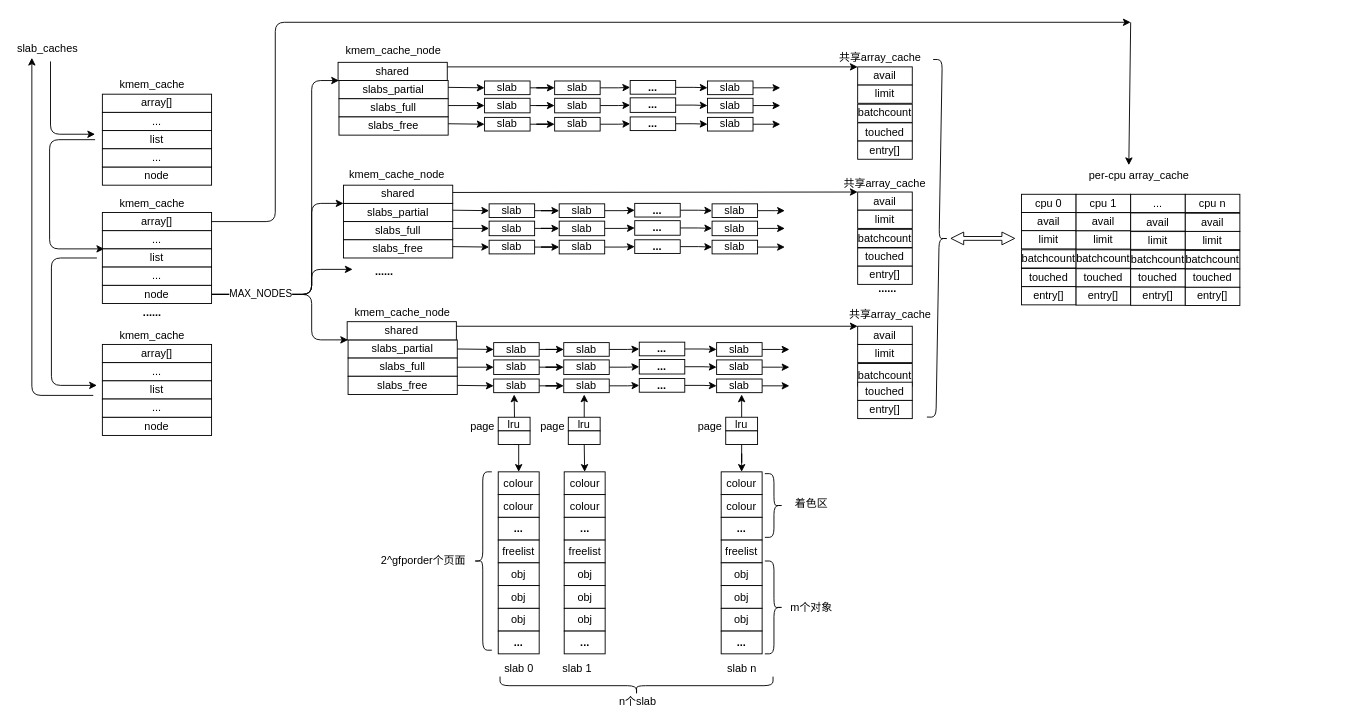
jasonactions/graph keeps this draw.io diagram as mm.drawio. Above is the earlier version. Source tidied: cells renumbered, new cells numbered last; positions are measured from the earlier drawing's top-left corner, leaving out a move shared by most shapes. Both pictures are drawn from the tidied source at 91%, with x=0, y=0 at pixel (15, 22).
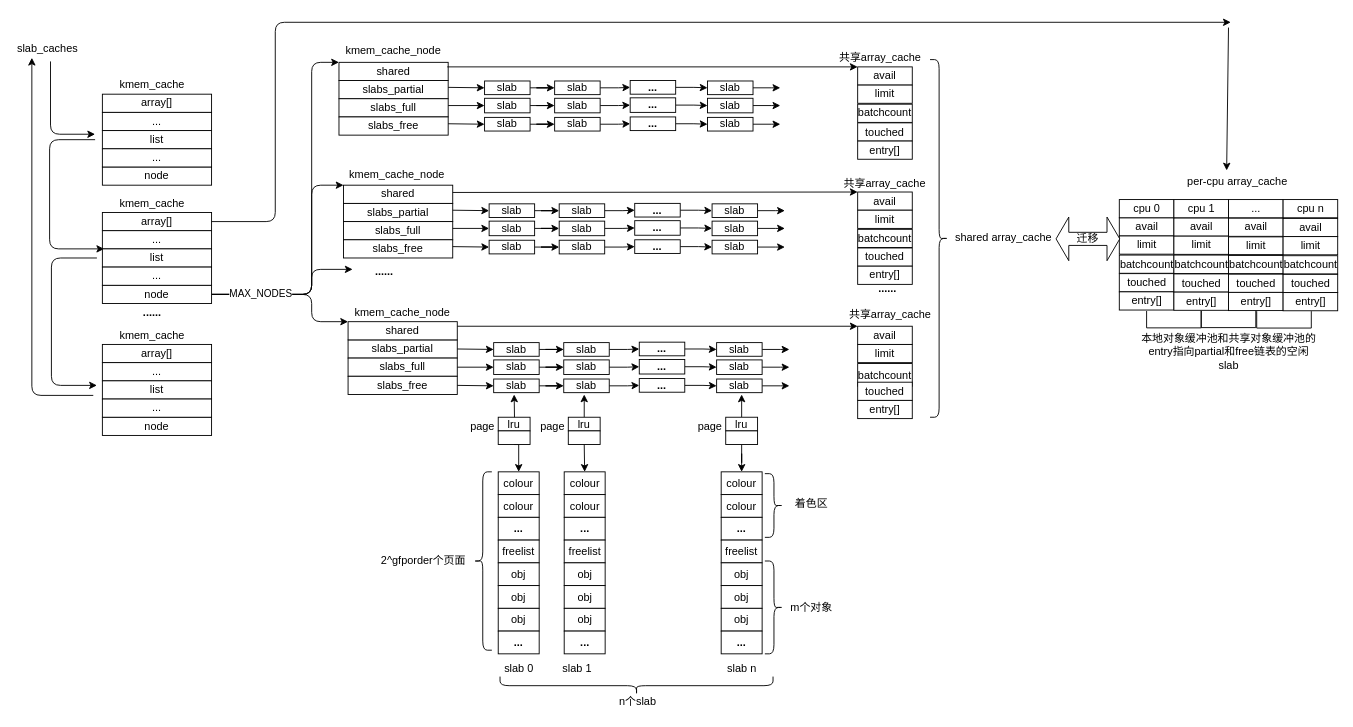
The same diagram, later.

The change refers to these unchanged cells:
```xml
<mxCell id="11" value="slabs_partial" style="rounded=0;whiteSpace=wrap;html=1;" parent="1" vertex="1">
  <mxGeometry x="355" y="64" width="120" height="20" as="geometry" />
</mxCell>
<mxCell id="22" value="array[]" style="rounded=0;whiteSpace=wrap;html=1;" parent="1" vertex="1">
  <mxGeometry x="95" y="209" width="120" height="20" as="geometry" />
</mxCell>
<mxCell id="25" value="node" style="rounded=0;whiteSpace=wrap;html=1;" parent="1" vertex="1">
  <mxGeometry x="95" y="289" width="120" height="20" as="geometry" />
</mxCell>
<mxCell id="34" value="slabs_partial" style="rounded=0;whiteSpace=wrap;html=1;" parent="1" vertex="1">
  <mxGeometry x="360" y="199" width="120" height="20" as="geometry" />
</mxCell>
<mxCell id="38" value="slabs_partial" style="rounded=0;whiteSpace=wrap;html=1;" parent="1" vertex="1">
  <mxGeometry x="365" y="349" width="120" height="20" as="geometry" />
</mxCell>
<mxCell id="170" value="shared" style="rounded=0;whiteSpace=wrap;html=1;" parent="1" vertex="1">
  <mxGeometry x="360" y="179" width="120" height="20" as="geometry" />
</mxCell>
```

The edit, as a diff of the source:
```diff
@@
-    <mxCell id="15" style="edgeStyle=elbowEdgeStyle;elbow=horizontal;endArrow=classic;html=1;entryX=0;entryY=0;entryDx=0;entryDy=0;exitX=1;exitY=0.5;exitDx=0;exitDy=0;" parent="1" edge="1" source="25" target="11">
+    <mxCell id="15" style="edgeStyle=elbowEdgeStyle;elbow=horizontal;endArrow=classic;html=1;entryX=0;entryY=0;entryDx=0;entryDy=0;exitX=1;exitY=0.5;exitDx=0;exitDy=0;" parent="1" edge="1" source="25" target="169">
       <mxGeometry relative="1" as="geometry">
         <Array as="points">
           <mxPoint x="325" y="253" />
         </Array>
       </mxGeometry>
     </mxCell>
@@
-    <mxCell id="17" style="edgeStyle=elbowEdgeStyle;elbow=horizontal;endArrow=classic;html=1;entryX=0;entryY=0;entryDx=0;entryDy=0;exitX=1;exitY=0.5;exitDx=0;exitDy=0;" parent="1" edge="1" source="25" target="34">
+    <mxCell id="17" style="edgeStyle=elbowEdgeStyle;elbow=horizontal;endArrow=classic;html=1;entryX=0;entryY=0;entryDx=0;entryDy=0;exitX=1;exitY=0.5;exitDx=0;exitDy=0;" parent="1" edge="1" source="25" target="170">
       <mxGeometry relative="1" as="geometry">
         <Array as="points">
           <mxPoint x="325" y="303" />
         </Array>
       </mxGeometry>
     </mxCell>
-    <mxCell id="18" style="edgeStyle=elbowEdgeStyle;elbow=horizontal;endArrow=classic;html=1;entryX=0;entryY=0;entryDx=0;entryDy=0;exitX=1;exitY=0.5;exitDx=0;exitDy=0;" parent="1" edge="1" source="25" target="38">
+    <mxCell id="18" style="edgeStyle=elbowEdgeStyle;elbow=horizontal;endArrow=classic;html=1;entryX=0;entryY=0;entryDx=0;entryDy=0;exitX=1;exitY=0.5;exitDx=0;exitDy=0;" parent="1" edge="1" source="25" target="171">
       <mxGeometry relative="1" as="geometry">
         <Array as="points">
           <mxPoint x="325" y="330" />
           <mxPoint x="325" y="373" />
         </Array>
       </mxGeometry>
     </mxCell>
@@
     <mxCell id="169" value="shared" style="rounded=0;whiteSpace=wrap;html=1;" parent="1" vertex="1">
-      <mxGeometry x="354" y="44" width="120" height="20" as="geometry" />
+      <mxGeometry x="355" y="44" width="120" height="20" as="geometry" />
     </mxCell>
@@
     <mxCell id="171" value="shared" style="rounded=0;whiteSpace=wrap;html=1;" parent="1" vertex="1">
-      <mxGeometry x="364" y="329" width="120" height="20" as="geometry" />
+      <mxGeometry x="365" y="329" width="120" height="20" as="geometry" />
     </mxCell>
@@
     <mxCell id="192" value="avail" style="rounded=0;whiteSpace=wrap;html=1;" parent="1" vertex="1">
-      <mxGeometry x="1105" y="209" width="60" height="20" as="geometry" />
+      <mxGeometry x="1212.5" y="214.8" width="60" height="20" as="geometry" />
     </mxCell>
     <mxCell id="193" value="limit" style="rounded=0;whiteSpace=wrap;html=1;" parent="1" vertex="1">
-      <mxGeometry x="1105" y="229" width="60" height="20" as="geometry" />
+      <mxGeometry x="1212.5" y="234.8" width="60" height="20" as="geometry" />
     </mxCell>
     <mxCell id="194" value="batchcount" style="rounded=0;whiteSpace=wrap;html=1;" parent="1" vertex="1">
-      <mxGeometry x="1105" y="250" width="60" height="20" as="geometry" />
+      <mxGeometry x="1212.5" y="255.8" width="60" height="20" as="geometry" />
     </mxCell>
     <mxCell id="195" value="touched" style="rounded=0;whiteSpace=wrap;html=1;" parent="1" vertex="1">
-      <mxGeometry x="1105" y="270.5" width="60" height="20" as="geometry" />
+      <mxGeometry x="1212.5" y="276.2" width="60" height="20" as="geometry" />
     </mxCell>
     <mxCell id="196" value="entry[]" style="rounded=0;whiteSpace=wrap;html=1;" parent="1" vertex="1">
-      <mxGeometry x="1105" y="290.5" width="60" height="20" as="geometry" />
+      <mxGeometry x="1212.5" y="296.2" width="60" height="20" as="geometry" />
     </mxCell>
     <mxCell id="197" value="avail" style="rounded=0;whiteSpace=wrap;html=1;" parent="1" vertex="1">
-      <mxGeometry x="1165" y="209.2" width="60" height="20" as="geometry" />
+      <mxGeometry x="1272.5" y="215" width="60" height="20" as="geometry" />
     </mxCell>
     <mxCell id="198" value="limit" style="rounded=0;whiteSpace=wrap;html=1;" parent="1" vertex="1">
-      <mxGeometry x="1165" y="229.2" width="60" height="20" as="geometry" />
+      <mxGeometry x="1272.5" y="235" width="60" height="20" as="geometry" />
     </mxCell>
     <mxCell id="199" value="batchcount" style="rounded=0;whiteSpace=wrap;html=1;" parent="1" vertex="1">
-      <mxGeometry x="1165" y="250" width="60" height="20.2" as="geometry" />
+      <mxGeometry x="1272.5" y="255.8" width="60" height="20.2" as="geometry" />
     </mxCell>
     <mxCell id="200" value="touched" style="rounded=0;whiteSpace=wrap;html=1;" parent="1" vertex="1">
-      <mxGeometry x="1165" y="270.8" width="60" height="20" as="geometry" />
+      <mxGeometry x="1272.5" y="276.5" width="60" height="20" as="geometry" />
     </mxCell>
     <mxCell id="201" value="entry[]" style="rounded=0;whiteSpace=wrap;html=1;" parent="1" vertex="1">
-      <mxGeometry x="1165" y="290.8" width="60" height="20" as="geometry" />
+      <mxGeometry x="1272.5" y="296.5" width="60" height="20" as="geometry" />
     </mxCell>
     <mxCell id="202" value="&lt;span&gt;avail&lt;/span&gt;" style="rounded=0;whiteSpace=wrap;html=1;" parent="1" vertex="1">
-      <mxGeometry x="1225" y="209.5" width="60" height="20" as="geometry" />
+      <mxGeometry x="1332.5" y="215.2" width="60" height="20" as="geometry" />
     </mxCell>
     <mxCell id="203" value="&lt;span&gt;limit&lt;/span&gt;" style="rounded=0;whiteSpace=wrap;html=1;" parent="1" vertex="1">
-      <mxGeometry x="1225" y="230" width="60" height="19.5" as="geometry" />
+      <mxGeometry x="1332.5" y="235.8" width="60" height="19.5" as="geometry" />
     </mxCell>
     <mxCell id="204" value="batchcount" style="rounded=0;whiteSpace=wrap;html=1;" parent="1" vertex="1">
-      <mxGeometry x="1225" y="250.5" width="60" height="20" as="geometry" />
+      <mxGeometry x="1332.5" y="256.2" width="60" height="20" as="geometry" />
     </mxCell>
     <mxCell id="205" value="touched" style="rounded=0;whiteSpace=wrap;html=1;" parent="1" vertex="1">
-      <mxGeometry x="1225" y="271" width="60" height="20" as="geometry" />
+      <mxGeometry x="1332.5" y="276.8" width="60" height="20" as="geometry" />
     </mxCell>
     <mxCell id="206" value="entry[]" style="rounded=0;whiteSpace=wrap;html=1;" parent="1" vertex="1">
-      <mxGeometry x="1225" y="291" width="60" height="20" as="geometry" />
+      <mxGeometry x="1332.5" y="296.8" width="60" height="20" as="geometry" />
     </mxCell>
     <mxCell id="207" value="avail" style="rounded=0;whiteSpace=wrap;html=1;" parent="1" vertex="1">
-      <mxGeometry x="1285" y="209.8" width="60" height="20" as="geometry" />
+      <mxGeometry x="1392.5" y="215.5" width="60" height="20" as="geometry" />
     </mxCell>
     <mxCell id="208" value="limit" style="rounded=0;whiteSpace=wrap;html=1;" parent="1" vertex="1">
-      <mxGeometry x="1285" y="229.8" width="60" height="20" as="geometry" />
+      <mxGeometry x="1392.5" y="235.5" width="60" height="20" as="geometry" />
     </mxCell>
     <mxCell id="209" value="batchcount" style="rounded=0;whiteSpace=wrap;html=1;" parent="1" vertex="1">
-      <mxGeometry x="1285" y="250.8" width="60" height="20" as="geometry" />
+      <mxGeometry x="1392.5" y="256.5" width="60" height="20" as="geometry" />
     </mxCell>
     <mxCell id="210" value="touched" style="rounded=0;whiteSpace=wrap;html=1;" parent="1" vertex="1">
-      <mxGeometry x="1285" y="271.2" width="60" height="20" as="geometry" />
+      <mxGeometry x="1392.5" y="277" width="60" height="20" as="geometry" />
     </mxCell>
     <mxCell id="211" value="entry[]" style="rounded=0;whiteSpace=wrap;html=1;" parent="1" vertex="1">
-      <mxGeometry x="1285" y="291.2" width="60" height="20" as="geometry" />
+      <mxGeometry x="1392.5" y="297" width="60" height="20" as="geometry" />
     </mxCell>
     <mxCell id="212" value="cpu 0" style="rounded=0;whiteSpace=wrap;html=1;" parent="1" vertex="1">
-      <mxGeometry x="1105" y="189" width="60" height="20" as="geometry" />
+      <mxGeometry x="1212.5" y="194.8" width="60" height="20" as="geometry" />
     </mxCell>
     <mxCell id="213" value="cpu 1" style="rounded=0;whiteSpace=wrap;html=1;" parent="1" vertex="1">
-      <mxGeometry x="1165" y="189" width="60" height="20" as="geometry" />
+      <mxGeometry x="1272.5" y="194.8" width="60" height="20" as="geometry" />
     </mxCell>
     <mxCell id="214" value="..." style="rounded=0;whiteSpace=wrap;html=1;" parent="1" vertex="1">
-      <mxGeometry x="1225" y="189" width="60" height="20" as="geometry" />
+      <mxGeometry x="1332.5" y="194.8" width="60" height="20" as="geometry" />
     </mxCell>
     <mxCell id="215" value="cpu n" style="rounded=0;whiteSpace=wrap;html=1;" parent="1" vertex="1">
-      <mxGeometry x="1285" y="189" width="60" height="20" as="geometry" />
+      <mxGeometry x="1392.5" y="194.8" width="60" height="20" as="geometry" />
     </mxCell>
@@
     <mxCell id="219" value="per-cpu array_cache" style="text;html=1;strokeColor=none;fillColor=none;align=center;verticalAlign=middle;whiteSpace=wrap;rounded=0;" parent="1" vertex="1">
-      <mxGeometry x="1165" y="159" width="139" height="20" as="geometry" />
+      <mxGeometry x="1272.5" y="164.8" width="139" height="20" as="geometry" />
     </mxCell>
-    <mxCell id="220" style="shape=doubleArrow;whiteSpace=wrap;html=1;" parent="1" vertex="1">
-      <mxGeometry x="1027.5" y="230.5" width="70" height="14" as="geometry" />
+    <mxCell id="220" value="迁移" style="shape=doubleArrow;whiteSpace=wrap;html=1;" parent="1" vertex="1">
+      <mxGeometry x="1143" y="214" width="70" height="48" as="geometry" />
     </mxCell>
-    <mxCell id="221" style="shape=curlyBracket;whiteSpace=wrap;html=1;rounded=1;rotation=-179;" parent="1" vertex="1">
+    <mxCell id="221" style="shape=curlyBracket;whiteSpace=wrap;html=1;rounded=1;rotation=-180;" parent="1" vertex="1">
       <mxGeometry x="1004.5" y="41" width="20" height="393" as="geometry" />
     </mxCell>
     <mxCell id="222" style="edgeStyle=elbowEdgeStyle;elbow=horizontal;endArrow=classic;html=1;exitX=1;exitY=0.5;exitDx=0;exitDy=0;" parent="1" edge="1" source="22">
       <mxGeometry relative="1" as="geometry">
-        <mxPoint x="1225" as="targetPoint" />
+        <mxPoint x="1335" as="targetPoint" />
         <Array as="points">
           <mxPoint x="285" y="80" />
         </Array>
       </mxGeometry>
     </mxCell>
     <mxCell id="223" style="endArrow=classic;html=1;entryX=0.417;entryY=-0.1;entryDx=0;entryDy=0;entryPerimeter=0;" parent="1" edge="1" target="219">
       <mxGeometry relative="1" as="geometry">
-        <mxPoint x="1225" as="sourcePoint" />
+        <mxPoint x="1332.5" y="5.8" as="sourcePoint" />
       </mxGeometry>
     </mxCell>
@@
+    <mxCell id="229" style="shape=partialRectangle;whiteSpace=wrap;html=1;bottom=1;right=1;left=1;top=0;fillColor=none;routingCenterX=-0.5;" parent="1" vertex="1">
+      <mxGeometry x="1242.5" y="317.8" width="60" height="18" as="geometry" />
+    </mxCell>
+    <mxCell id="230" style="shape=partialRectangle;whiteSpace=wrap;html=1;bottom=1;right=1;left=1;top=0;fillColor=none;routingCenterX=-0.5;" parent="1" vertex="1">
+      <mxGeometry x="1302.5" y="317.5" width="60" height="18" as="geometry" />
+    </mxCell>
+    <mxCell id="231" style="shape=partialRectangle;whiteSpace=wrap;html=1;bottom=1;right=1;left=1;top=0;fillColor=none;routingCenterX=-0.5;" parent="1" vertex="1">
+      <mxGeometry x="1363.5" y="318" width="60" height="18" as="geometry" />
+    </mxCell>
+    <mxCell id="232" value="本地对象缓冲池和共享对象缓冲池的entry指向partial和free链表的空闲slab" style="text;html=1;strokeColor=none;fillColor=none;align=center;verticalAlign=middle;whiteSpace=wrap;rounded=0;" parent="1" vertex="1">
+      <mxGeometry x="1232.5" y="352.2" width="200" height="20" as="geometry" />
+    </mxCell>
+    <mxCell id="233" value="shared array_cache" style="text;html=1;strokeColor=none;fillColor=none;align=center;verticalAlign=middle;whiteSpace=wrap;rounded=0;" parent="1" vertex="1">
+      <mxGeometry x="1016" y="226.5" width="139" height="20" as="geometry" />
+    </mxCell>
```
